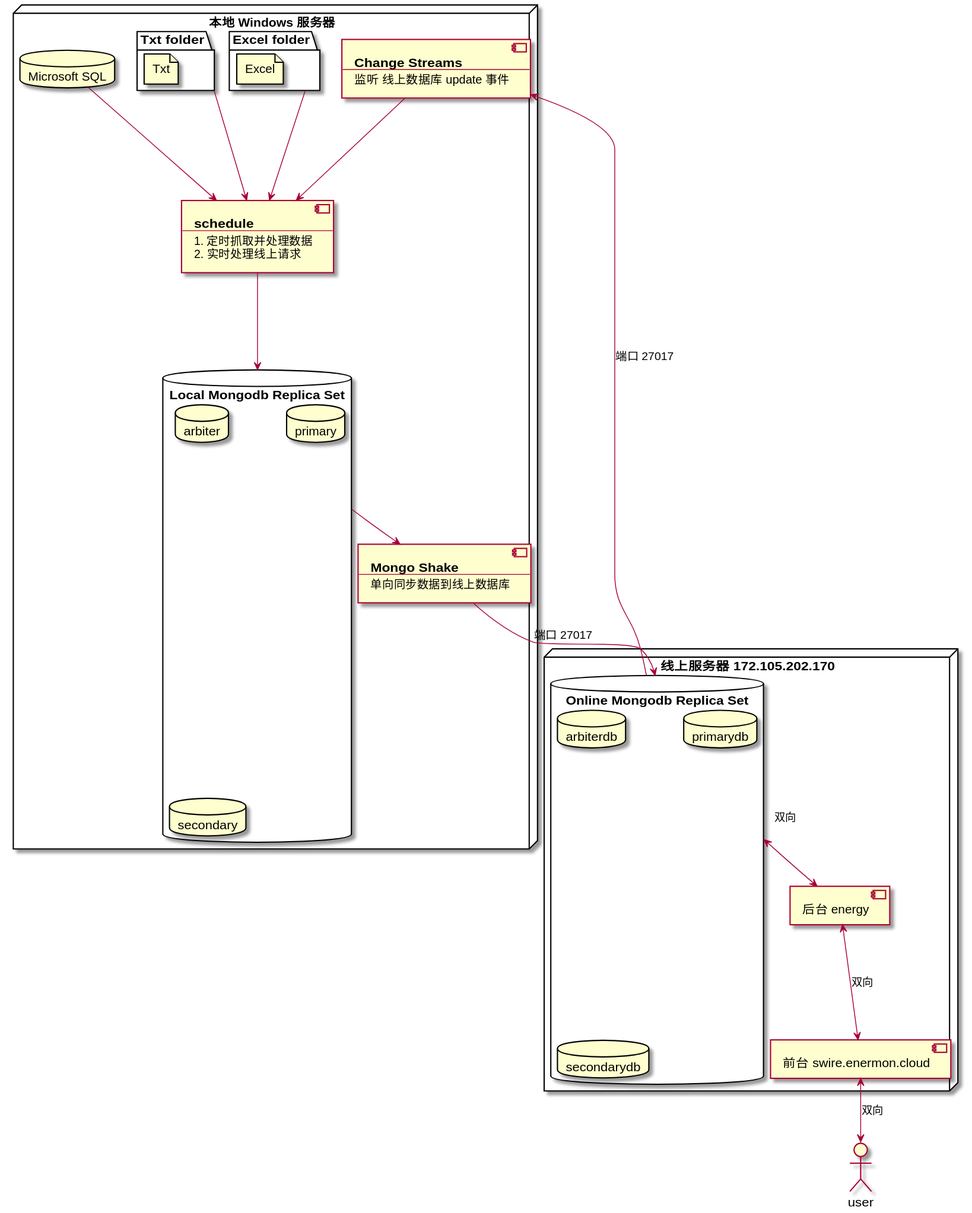
joehecn/swire-docs keeps this PlantUML diagram as docs/public/future.svg. Above is the earlier version.
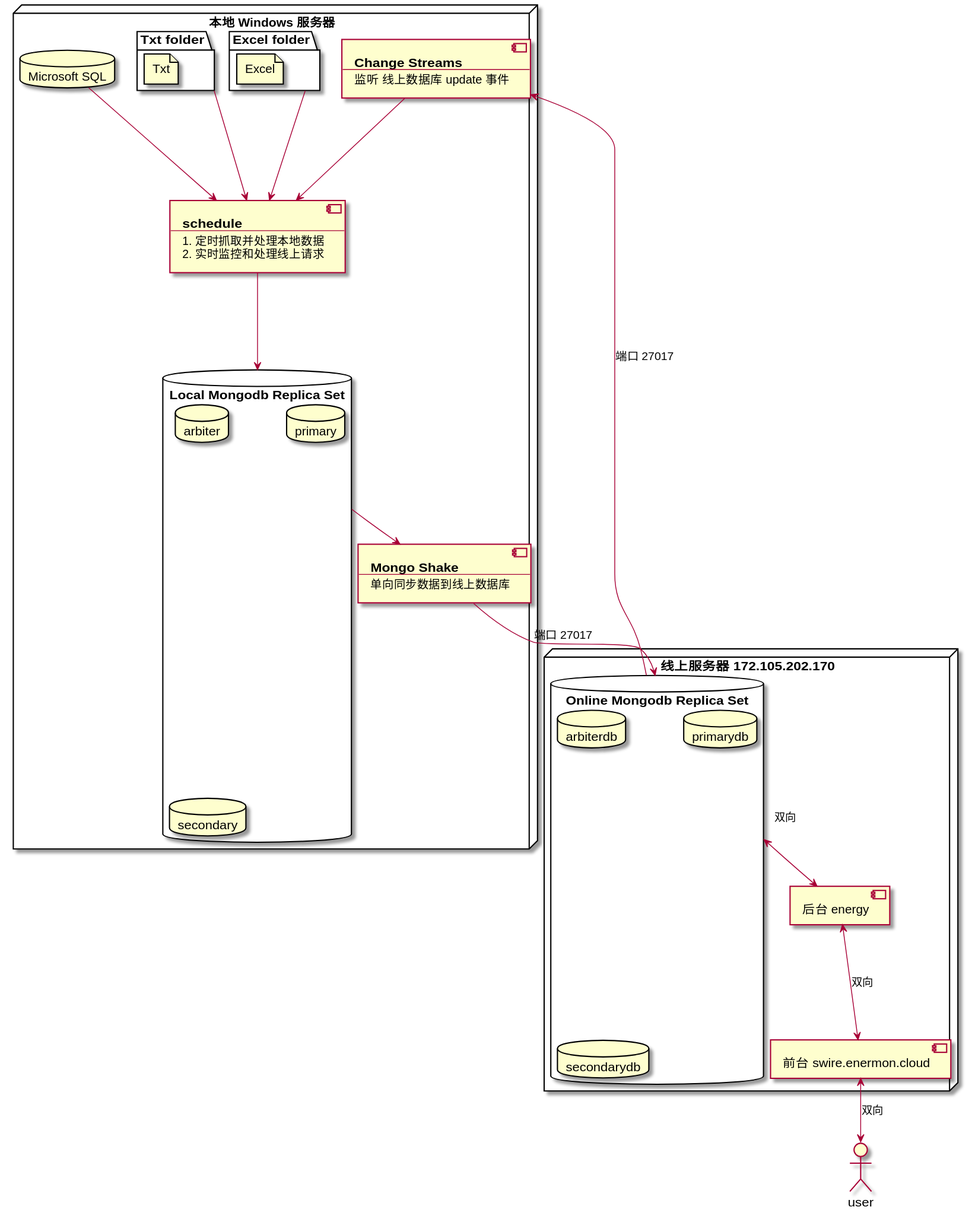
Later version of the same file.

What changed in the source:
```diff
@@ -11,8 +11,8 @@
     component schedule [
       <b>schedule
       ----
-      1. 定时抓取并处理数据
-      2. 实时处理线上请求
+      1. 定时抓取并处理本地数据
+      2. 实时监控和处理线上请求
     ]
 
     database "Local Mongodb Replica Set" as localdb {
```
